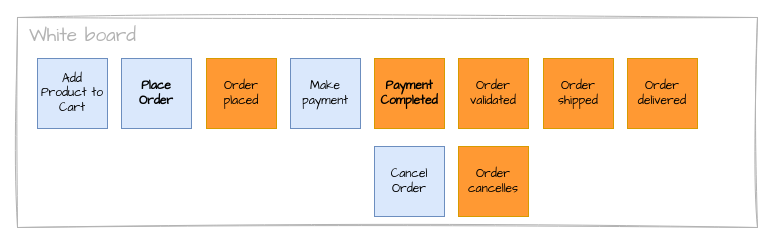
mauvaisetroupe/architech keeps this draw.io diagram as page "01-BP02" (3 of 13) of content/en/knowledgebase/ddd-eventstorming/eventstorming.drawio. Above is the earlier version. Source tidied: cells renumbered, new cells numbered last; positions are measured from the earlier drawing's top-left corner, leaving out a move shared by most shapes. Both pictures are drawn from the tidied source at 100%, with x=0, y=0 at pixel (17, 17).
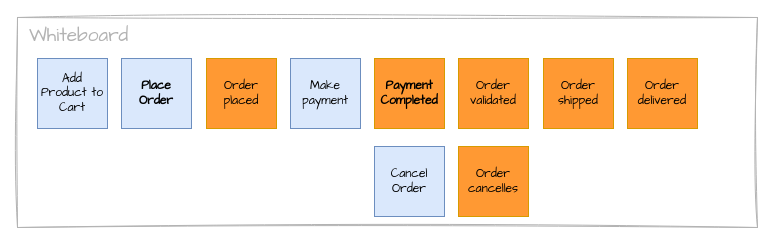
The same diagram, later.

The edit, as a diff of the source:
```diff
@@
 <mxGraphModel>
   <root>
     <mxCell id="0" />
     <mxCell id="1" parent="0" />
     <mxCell id="2" style="rounded=0;whiteSpace=wrap;html=1;sketch=1;hachureGap=4;jiggle=2;curveFitting=1;fontFamily=Architects Daughter;strokeColor=#B3B3B3;" parent="1" vertex="1">
       <mxGeometry width="740" height="210" as="geometry" />
     </mxCell>
     <mxCell id="3" value="Order placed" style="whiteSpace=wrap;html=1;hachureGap=4;fontFamily=Architects Daughter;fillColor=#FF9933;strokeColor=#d79b00;spacingTop=2;spacingLeft=2;spacingBottom=2;spacingRight=2;align=center;verticalAlign=middle;fontSize=12;fontColor=default;" parent="1" vertex="1">
       <mxGeometry x="189" y="41" width="70" height="70" as="geometry" />
     </mxCell>
     <mxCell id="4" value="Order validated" style="whiteSpace=wrap;html=1;hachureGap=4;fontFamily=Architects Daughter;fillColor=#FF9933;strokeColor=#d79b00;spacingTop=2;spacingLeft=2;spacingBottom=2;spacingRight=2;align=center;verticalAlign=middle;fontSize=12;fontColor=default;" parent="1" vertex="1">
       <mxGeometry x="441" y="41" width="70" height="70" as="geometry" />
     </mxCell>
     <mxCell id="5" value="Order shipped" style="whiteSpace=wrap;html=1;hachureGap=4;fontFamily=Architects Daughter;fillColor=#FF9933;strokeColor=#d79b00;spacingTop=2;spacingLeft=2;spacingBottom=2;spacingRight=2;align=center;verticalAlign=middle;fontSize=12;fontColor=default;" parent="1" vertex="1">
       <mxGeometry x="526" y="41" width="70" height="70" as="geometry" />
     </mxCell>
     <mxCell id="6" value="Order delivered" style="whiteSpace=wrap;html=1;hachureGap=4;fontFamily=Architects Daughter;fillColor=#FF9933;strokeColor=#d79b00;spacingTop=2;spacingLeft=2;spacingBottom=2;spacingRight=2;align=center;verticalAlign=middle;fontSize=12;fontColor=default;" parent="1" vertex="1">
       <mxGeometry x="610" y="41" width="70" height="70" as="geometry" />
     </mxCell>
     <mxCell id="7" value="Order cancelles" style="whiteSpace=wrap;html=1;hachureGap=4;fontFamily=Architects Daughter;fillColor=#FF9933;strokeColor=#d79b00;spacingTop=2;spacingLeft=2;spacingBottom=2;spacingRight=2;" parent="1" vertex="1">
       <mxGeometry x="441" y="129" width="70" height="70" as="geometry" />
     </mxCell>
     <mxCell id="8" value="Add Product to Cart" style="whiteSpace=wrap;html=1;hachureGap=4;fontFamily=Architects Daughter;fillColor=#dae8fc;strokeColor=#6c8ebf;spacingTop=2;spacingLeft=2;spacingBottom=2;spacingRight=2;align=center;verticalAlign=middle;fontSize=12;" parent="1" vertex="1">
       <mxGeometry x="20" y="41" width="70" height="70" as="geometry" />
     </mxCell>
     <mxCell id="9" value="&lt;strong&gt;Place Order&lt;/strong&gt;" style="whiteSpace=wrap;html=1;hachureGap=4;fontFamily=Architects Daughter;fillColor=#dae8fc;strokeColor=#6c8ebf;spacingTop=2;spacingLeft=2;spacingBottom=2;spacingRight=2;align=center;verticalAlign=middle;fontSize=12;" parent="1" vertex="1">
       <mxGeometry x="104" y="41" width="70" height="70" as="geometry" />
     </mxCell>
     <mxCell id="10" value="Cancel Order" style="whiteSpace=wrap;html=1;hachureGap=4;fontFamily=Architects Daughter;fillColor=#dae8fc;strokeColor=#6c8ebf;spacingTop=2;spacingLeft=2;spacingBottom=2;spacingRight=2;align=center;verticalAlign=middle;fontSize=12;" parent="1" vertex="1">
       <mxGeometry x="357" y="129" width="70" height="70" as="geometry" />
     </mxCell>
     <mxCell id="11" value="Make payment" style="whiteSpace=wrap;html=1;hachureGap=4;fontFamily=Architects Daughter;fillColor=#dae8fc;strokeColor=#6c8ebf;spacingTop=2;spacingLeft=2;spacingBottom=2;spacingRight=2;align=center;verticalAlign=middle;fontSize=12;" parent="1" vertex="1">
       <mxGeometry x="273" y="41" width="70" height="70" as="geometry" />
     </mxCell>
     <mxCell id="12" value="&lt;strong&gt;Payment Completed&lt;/strong&gt;" style="whiteSpace=wrap;html=1;hachureGap=4;fontFamily=Architects Daughter;fillColor=#FF9933;strokeColor=#d79b00;spacingTop=2;spacingLeft=2;spacingBottom=2;spacingRight=2;" parent="1" vertex="1">
       <mxGeometry x="357" y="41" width="70" height="70" as="geometry" />
     </mxCell>
-    <mxCell id="13" value="&lt;span style=&quot;font-family: &amp;quot;Architects Daughter&amp;quot;; font-size: 19px; font-style: normal; font-variant-ligatures: normal; font-variant-caps: normal; font-weight: 400; letter-spacing: normal; orphans: 2; text-align: center; text-indent: 0px; text-transform: none; widows: 2; word-spacing: 0px; -webkit-text-stroke-width: 0px; white-space: nowrap; background-color: rgb(255, 255, 255); text-decoration-thickness: initial; text-decoration-style: initial; text-decoration-color: initial; float: none; display: inline !important;&quot;&gt;White board&lt;/span&gt;" style="text;whiteSpace=wrap;html=1;fontFamily=Architects Daughter;fontColor=#B3B3B3;" parent="1" vertex="1">
+    <mxCell id="13" value="&lt;span style=&quot;font-family: &amp;quot;Architects Daughter&amp;quot;; font-size: 19px; font-style: normal; font-variant-ligatures: normal; font-variant-caps: normal; font-weight: 400; letter-spacing: normal; orphans: 2; text-align: center; text-indent: 0px; text-transform: none; widows: 2; word-spacing: 0px; -webkit-text-stroke-width: 0px; white-space: nowrap; background-color: rgb(255, 255, 255); text-decoration-thickness: initial; text-decoration-style: initial; text-decoration-color: initial; float: none; display: inline !important;&quot;&gt;Whiteboard&lt;/span&gt;" style="text;whiteSpace=wrap;html=1;fontFamily=Architects Daughter;fontColor=#B3B3B3;" parent="1" vertex="1">
       <mxGeometry x="10" y="1" width="88" height="27" as="geometry" />
     </mxCell>
   </root>
 </mxGraphModel>
```
